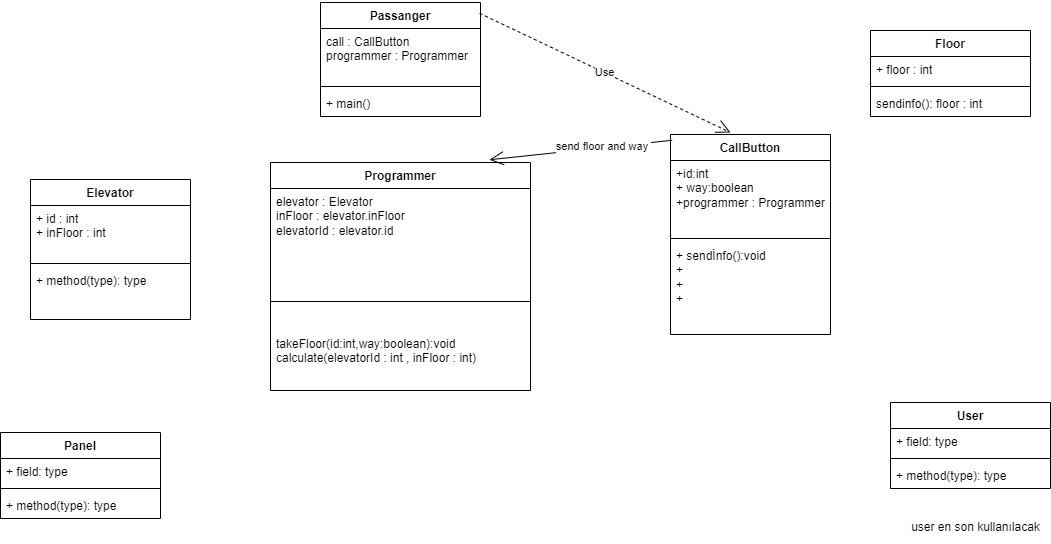
This is elevator similation.drawio.png from orhanozyurtt/UML-FILES, a draw.io export, as it was before one commit. Source tidied: cells renumbered, new cells last; positions are measured from the earlier drawing's top-left corner, leaving out a move shared by most shapes. Source of this version:
```xml
<mxGraphModel>
  <root>
    <mxCell id="0" />
    <mxCell id="1" parent="0" />
    <mxCell id="2" value="Programmer" style="swimlane;fontStyle=1;align=center;verticalAlign=top;horizontal=1;startSize=26;whiteSpace=wrap;html=1;" parent="1" vertex="1">
      <mxGeometry x="270" y="160" width="260" height="228" as="geometry" />
    </mxCell>
    <mxCell id="3" value="elevator : Elevator&lt;br&gt;inFloor : elevator.inFloor&lt;br&gt;elevatorId : elevator.id&lt;br&gt;" style="text;strokeColor=none;fillColor=none;align=left;verticalAlign=top;spacingLeft=4;spacingRight=4;overflow=hidden;whiteSpace=wrap;html=1;" parent="2" vertex="1">
      <mxGeometry y="26" width="260" height="84" as="geometry" />
    </mxCell>
    <mxCell id="4" style="line;strokeWidth=1;fillColor=none;align=left;verticalAlign=middle;spacingTop=-1;spacingLeft=3;spacingRight=3;labelPosition=right;strokeColor=inherit;" parent="2" vertex="1">
      <mxGeometry y="110" width="260" height="58" as="geometry" />
    </mxCell>
    <mxCell id="5" value="takeFloor(id:int,way:boolean):void&lt;br&gt;calculate(elevatorId : int , inFloor : int)" style="text;strokeColor=none;fillColor=none;align=left;verticalAlign=top;spacingLeft=4;spacingRight=4;overflow=hidden;whiteSpace=wrap;html=1;" parent="2" vertex="1">
      <mxGeometry y="168" width="260" height="60" as="geometry" />
    </mxCell>
    <mxCell id="6" value="Panel" style="swimlane;fontStyle=1;align=center;verticalAlign=top;horizontal=1;startSize=26;whiteSpace=wrap;html=1;" parent="1" vertex="1">
      <mxGeometry y="430" width="160" height="86" as="geometry" />
    </mxCell>
    <mxCell id="7" value="+ field: type" style="text;strokeColor=none;fillColor=none;align=left;verticalAlign=top;spacingLeft=4;spacingRight=4;overflow=hidden;whiteSpace=wrap;html=1;" parent="6" vertex="1">
      <mxGeometry y="26" width="160" height="26" as="geometry" />
    </mxCell>
    <mxCell id="8" style="line;strokeWidth=1;fillColor=none;align=left;verticalAlign=middle;spacingTop=-1;spacingLeft=3;spacingRight=3;labelPosition=right;strokeColor=inherit;" parent="6" vertex="1">
      <mxGeometry y="52" width="160" height="8" as="geometry" />
    </mxCell>
    <mxCell id="9" value="+ method(type): type" style="text;strokeColor=none;fillColor=none;align=left;verticalAlign=top;spacingLeft=4;spacingRight=4;overflow=hidden;whiteSpace=wrap;html=1;" parent="6" vertex="1">
      <mxGeometry y="60" width="160" height="26" as="geometry" />
    </mxCell>
    <mxCell id="10" value="Elevator" style="swimlane;fontStyle=1;align=center;verticalAlign=top;horizontal=1;startSize=26;whiteSpace=wrap;html=1;" parent="1" vertex="1">
      <mxGeometry x="30" y="177" width="160" height="140" as="geometry" />
    </mxCell>
    <mxCell id="11" value="+ id : int&amp;nbsp;&lt;br&gt;+ inFloor : int" style="text;strokeColor=none;fillColor=none;align=left;verticalAlign=top;spacingLeft=4;spacingRight=4;overflow=hidden;whiteSpace=wrap;html=1;" parent="10" vertex="1">
      <mxGeometry y="26" width="160" height="54" as="geometry" />
    </mxCell>
    <mxCell id="12" style="line;strokeWidth=1;fillColor=none;align=left;verticalAlign=middle;spacingTop=-1;spacingLeft=3;spacingRight=3;labelPosition=right;strokeColor=inherit;" parent="10" vertex="1">
      <mxGeometry y="80" width="160" height="8" as="geometry" />
    </mxCell>
    <mxCell id="13" value="+ method(type): type" style="text;strokeColor=none;fillColor=none;align=left;verticalAlign=top;spacingLeft=4;spacingRight=4;overflow=hidden;whiteSpace=wrap;html=1;" parent="10" vertex="1">
      <mxGeometry y="88" width="160" height="52" as="geometry" />
    </mxCell>
    <mxCell id="14" value="Passanger" style="swimlane;fontStyle=1;align=center;verticalAlign=top;horizontal=1;startSize=26;whiteSpace=wrap;html=1;" parent="1" vertex="1">
      <mxGeometry x="320" width="160" height="114" as="geometry" />
    </mxCell>
    <mxCell id="15" value="call : CallButton&lt;br&gt;programmer : Programmer" style="text;strokeColor=none;fillColor=none;align=left;verticalAlign=top;spacingLeft=4;spacingRight=4;overflow=hidden;whiteSpace=wrap;html=1;" parent="14" vertex="1">
      <mxGeometry y="26" width="160" height="54" as="geometry" />
    </mxCell>
    <mxCell id="16" style="line;strokeWidth=1;fillColor=none;align=left;verticalAlign=middle;spacingTop=-1;spacingLeft=3;spacingRight=3;labelPosition=right;strokeColor=inherit;" parent="14" vertex="1">
      <mxGeometry y="80" width="160" height="8" as="geometry" />
    </mxCell>
    <mxCell id="17" value="+ main()" style="text;strokeColor=none;fillColor=none;align=left;verticalAlign=top;spacingLeft=4;spacingRight=4;overflow=hidden;whiteSpace=wrap;html=1;" parent="14" vertex="1">
      <mxGeometry y="88" width="160" height="26" as="geometry" />
    </mxCell>
    <mxCell id="18" value="User" style="swimlane;fontStyle=1;align=center;verticalAlign=top;horizontal=1;startSize=26;whiteSpace=wrap;html=1;" parent="1" vertex="1">
      <mxGeometry x="890" y="400" width="160" height="86" as="geometry" />
    </mxCell>
    <mxCell id="19" value="+ field: type" style="text;strokeColor=none;fillColor=none;align=left;verticalAlign=top;spacingLeft=4;spacingRight=4;overflow=hidden;whiteSpace=wrap;html=1;" parent="18" vertex="1">
      <mxGeometry y="26" width="160" height="26" as="geometry" />
    </mxCell>
    <mxCell id="20" style="line;strokeWidth=1;fillColor=none;align=left;verticalAlign=middle;spacingTop=-1;spacingLeft=3;spacingRight=3;labelPosition=right;strokeColor=inherit;" parent="18" vertex="1">
      <mxGeometry y="52" width="160" height="8" as="geometry" />
    </mxCell>
    <mxCell id="21" value="+ method(type): type" style="text;strokeColor=none;fillColor=none;align=left;verticalAlign=top;spacingLeft=4;spacingRight=4;overflow=hidden;whiteSpace=wrap;html=1;" parent="18" vertex="1">
      <mxGeometry y="60" width="160" height="26" as="geometry" />
    </mxCell>
    <mxCell id="22" value="user en son kullanılacak" style="text;html=1;align=center;verticalAlign=middle;strokeColor=none;fillColor=none;" parent="1" vertex="1">
      <mxGeometry x="900" y="510" width="150" height="30" as="geometry" />
    </mxCell>
    <mxCell id="23" value="CallButton" style="swimlane;fontStyle=1;align=center;verticalAlign=top;horizontal=1;startSize=26;whiteSpace=wrap;html=1;" parent="1" vertex="1">
      <mxGeometry x="670" y="132" width="160" height="200" as="geometry" />
    </mxCell>
    <mxCell id="24" value="+id:int&lt;br&gt;+ way:boolean&lt;br&gt;+programmer : Programmer" style="text;strokeColor=none;fillColor=none;align=left;verticalAlign=top;spacingLeft=4;spacingRight=4;overflow=hidden;whiteSpace=wrap;html=1;" parent="23" vertex="1">
      <mxGeometry y="26" width="160" height="74" as="geometry" />
    </mxCell>
    <mxCell id="25" style="line;strokeWidth=1;fillColor=none;align=left;verticalAlign=middle;spacingTop=-1;spacingLeft=3;spacingRight=3;labelPosition=right;strokeColor=inherit;" parent="23" vertex="1">
      <mxGeometry y="100" width="160" height="8" as="geometry" />
    </mxCell>
    <mxCell id="26" value="+ sendİnfo():void&amp;nbsp;&lt;br&gt;+&amp;nbsp;&lt;br&gt;+&lt;br&gt;+" style="text;strokeColor=none;fillColor=none;align=left;verticalAlign=top;spacingLeft=4;spacingRight=4;overflow=hidden;whiteSpace=wrap;html=1;" parent="23" vertex="1">
      <mxGeometry y="108" width="160" height="92" as="geometry" />
    </mxCell>
    <mxCell id="27" style="endArrow=open;endFill=1;endSize=12;html=1;rounded=0;exitX=0.01;exitY=0.029;exitDx=0;exitDy=0;exitPerimeter=0;entryX=0.842;entryY=-0.012;entryDx=0;entryDy=0;entryPerimeter=0;" parent="1" edge="1" source="23" target="2">
      <mxGeometry relative="1" as="geometry" />
    </mxCell>
    <mxCell id="28" value="send floor and way&amp;nbsp;" style="edgeLabel;html=1;align=center;verticalAlign=middle;" parent="27" vertex="1">
      <mxGeometry x="-0.25" y="-1" relative="1" as="geometry" />
    </mxCell>
    <mxCell id="29" value="Use" style="endArrow=open;endSize=12;dashed=1;html=1;rounded=0;exitX=0.995;exitY=0.095;exitDx=0;exitDy=0;exitPerimeter=0;entryX=0.375;entryY=-0.01;entryDx=0;entryDy=0;entryPerimeter=0;" parent="1" edge="1" source="14" target="23">
      <mxGeometry relative="1" as="geometry" />
    </mxCell>
    <mxCell id="30" value="Floor" style="swimlane;fontStyle=1;align=center;verticalAlign=top;horizontal=1;startSize=26;whiteSpace=wrap;html=1;" parent="1" vertex="1">
      <mxGeometry x="870" y="28" width="160" height="86" as="geometry" />
    </mxCell>
    <mxCell id="31" value="+ floor : int" style="text;strokeColor=none;fillColor=none;align=left;verticalAlign=top;spacingLeft=4;spacingRight=4;overflow=hidden;whiteSpace=wrap;html=1;" parent="30" vertex="1">
      <mxGeometry y="26" width="160" height="26" as="geometry" />
    </mxCell>
    <mxCell id="32" style="line;strokeWidth=1;fillColor=none;align=left;verticalAlign=middle;spacingTop=-1;spacingLeft=3;spacingRight=3;labelPosition=right;strokeColor=inherit;" parent="30" vertex="1">
      <mxGeometry y="52" width="160" height="8" as="geometry" />
    </mxCell>
    <mxCell id="33" value="sendinfo(): floor : int&amp;nbsp;" style="text;strokeColor=none;fillColor=none;align=left;verticalAlign=top;spacingLeft=4;spacingRight=4;overflow=hidden;whiteSpace=wrap;html=1;" parent="30" vertex="1">
      <mxGeometry y="60" width="160" height="26" as="geometry" />
    </mxCell>
  </root>
</mxGraphModel>
```
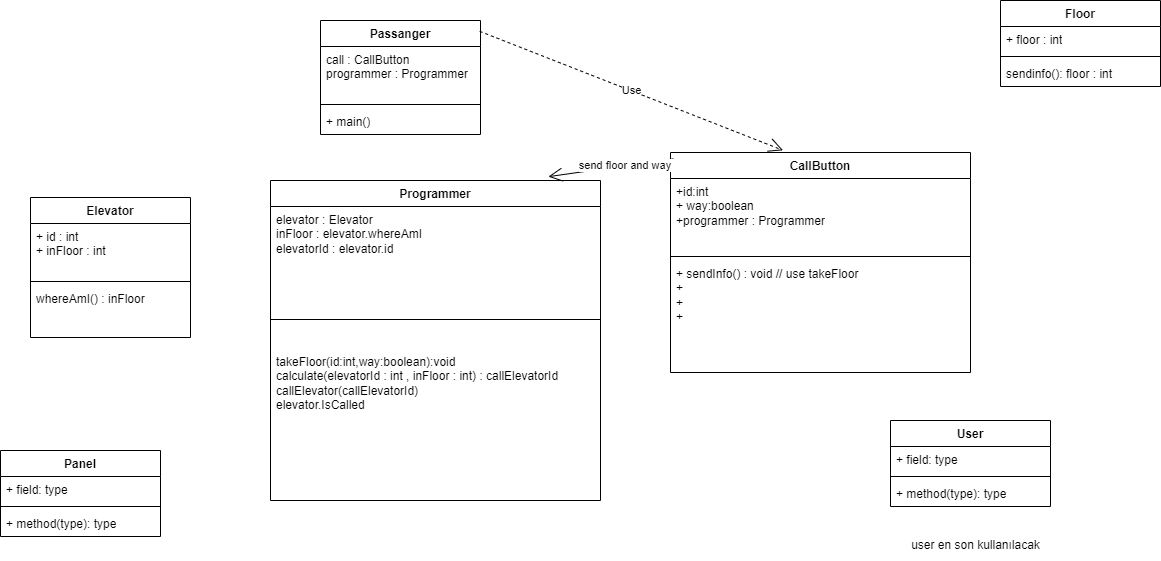
After the commit.

What changed in the source:
```diff
@@ -3,16 +3,16 @@
     <mxCell id="0" />
     <mxCell id="1" parent="0" />
     <mxCell id="2" value="Programmer" style="swimlane;fontStyle=1;align=center;verticalAlign=top;horizontal=1;startSize=26;whiteSpace=wrap;html=1;" parent="1" vertex="1">
-      <mxGeometry x="270" y="160" width="260" height="228" as="geometry" />
+      <mxGeometry x="270" y="160" width="330" height="320" as="geometry" />
     </mxCell>
-    <mxCell id="3" value="elevator : Elevator&lt;br&gt;inFloor : elevator.inFloor&lt;br&gt;elevatorId : elevator.id&lt;br&gt;" style="text;strokeColor=none;fillColor=none;align=left;verticalAlign=top;spacingLeft=4;spacingRight=4;overflow=hidden;whiteSpace=wrap;html=1;" parent="2" vertex="1">
-      <mxGeometry y="26" width="260" height="84" as="geometry" />
+    <mxCell id="3" value="elevator : Elevator&lt;br&gt;inFloor : elevator.whereAmI&lt;br&gt;elevatorId : elevator.id" style="text;strokeColor=none;fillColor=none;align=left;verticalAlign=top;spacingLeft=4;spacingRight=4;overflow=hidden;whiteSpace=wrap;html=1;" parent="2" vertex="1">
+      <mxGeometry y="26" width="330" height="84" as="geometry" />
     </mxCell>
     <mxCell id="4" style="line;strokeWidth=1;fillColor=none;align=left;verticalAlign=middle;spacingTop=-1;spacingLeft=3;spacingRight=3;labelPosition=right;strokeColor=inherit;" parent="2" vertex="1">
-      <mxGeometry y="110" width="260" height="58" as="geometry" />
+      <mxGeometry y="110" width="330" height="58" as="geometry" />
     </mxCell>
-    <mxCell id="5" value="takeFloor(id:int,way:boolean):void&lt;br&gt;calculate(elevatorId : int , inFloor : int)" style="text;strokeColor=none;fillColor=none;align=left;verticalAlign=top;spacingLeft=4;spacingRight=4;overflow=hidden;whiteSpace=wrap;html=1;" parent="2" vertex="1">
-      <mxGeometry y="168" width="260" height="60" as="geometry" />
+    <mxCell id="5" value="takeFloor(id:int,way:boolean):void&lt;br&gt;calculate(elevatorId : int , inFloor : int) : callElevatorId&lt;br&gt;callElevator(callElevatorId)&lt;br&gt;elevator.IsCalled" style="text;strokeColor=none;fillColor=none;align=left;verticalAlign=top;spacingLeft=4;spacingRight=4;overflow=hidden;whiteSpace=wrap;html=1;" parent="2" vertex="1">
+      <mxGeometry y="168" width="330" height="152" as="geometry" />
     </mxCell>
     <mxCell id="6" value="Panel" style="swimlane;fontStyle=1;align=center;verticalAlign=top;horizontal=1;startSize=26;whiteSpace=wrap;html=1;" parent="1" vertex="1">
       <mxGeometry y="430" width="160" height="86" as="geometry" />
@@ -35,7 +35,7 @@
     <mxCell id="12" style="line;strokeWidth=1;fillColor=none;align=left;verticalAlign=middle;spacingTop=-1;spacingLeft=3;spacingRight=3;labelPosition=right;strokeColor=inherit;" parent="10" vertex="1">
       <mxGeometry y="80" width="160" height="8" as="geometry" />
     </mxCell>
-    <mxCell id="13" value="+ method(type): type" style="text;strokeColor=none;fillColor=none;align=left;verticalAlign=top;spacingLeft=4;spacingRight=4;overflow=hidden;whiteSpace=wrap;html=1;" parent="10" vertex="1">
+    <mxCell id="13" value="whereAmI() : inFloor&lt;br&gt;" style="text;strokeColor=none;fillColor=none;align=left;verticalAlign=top;spacingLeft=4;spacingRight=4;overflow=hidden;whiteSpace=wrap;html=1;" parent="10" vertex="1">
       <mxGeometry y="88" width="160" height="52" as="geometry" />
     </mxCell>
     <mxCell id="14" value="Passanger" style="swimlane;fontStyle=1;align=center;verticalAlign=top;horizontal=1;startSize=26;whiteSpace=wrap;html=1;" parent="1" vertex="1">
@@ -66,16 +66,16 @@
       <mxGeometry x="900" y="510" width="150" height="30" as="geometry" />
     </mxCell>
     <mxCell id="23" value="CallButton" style="swimlane;fontStyle=1;align=center;verticalAlign=top;horizontal=1;startSize=26;whiteSpace=wrap;html=1;" parent="1" vertex="1">
-      <mxGeometry x="670" y="132" width="160" height="200" as="geometry" />
+      <mxGeometry x="670" y="132" width="300" height="220" as="geometry" />
     </mxCell>
     <mxCell id="24" value="+id:int&lt;br&gt;+ way:boolean&lt;br&gt;+programmer : Programmer" style="text;strokeColor=none;fillColor=none;align=left;verticalAlign=top;spacingLeft=4;spacingRight=4;overflow=hidden;whiteSpace=wrap;html=1;" parent="23" vertex="1">
-      <mxGeometry y="26" width="160" height="74" as="geometry" />
+      <mxGeometry y="26" width="300" height="74" as="geometry" />
     </mxCell>
     <mxCell id="25" style="line;strokeWidth=1;fillColor=none;align=left;verticalAlign=middle;spacingTop=-1;spacingLeft=3;spacingRight=3;labelPosition=right;strokeColor=inherit;" parent="23" vertex="1">
-      <mxGeometry y="100" width="160" height="8" as="geometry" />
+      <mxGeometry y="100" width="300" height="8" as="geometry" />
     </mxCell>
-    <mxCell id="26" value="+ sendİnfo():void&amp;nbsp;&lt;br&gt;+&amp;nbsp;&lt;br&gt;+&lt;br&gt;+" style="text;strokeColor=none;fillColor=none;align=left;verticalAlign=top;spacingLeft=4;spacingRight=4;overflow=hidden;whiteSpace=wrap;html=1;" parent="23" vertex="1">
-      <mxGeometry y="108" width="160" height="92" as="geometry" />
+    <mxCell id="26" value="+ sendInfo() : void // use takeFloor&amp;nbsp;&lt;br&gt;+&amp;nbsp;&lt;br&gt;+&lt;br&gt;+" style="text;strokeColor=none;fillColor=none;align=left;verticalAlign=top;spacingLeft=4;spacingRight=4;overflow=hidden;whiteSpace=wrap;html=1;" parent="23" vertex="1">
+      <mxGeometry y="108" width="300" height="112" as="geometry" />
     </mxCell>
     <mxCell id="27" style="endArrow=open;endFill=1;endSize=12;html=1;rounded=0;exitX=0.01;exitY=0.029;exitDx=0;exitDy=0;exitPerimeter=0;entryX=0.842;entryY=-0.012;entryDx=0;entryDy=0;entryPerimeter=0;" parent="1" edge="1" source="23" target="2">
       <mxGeometry relative="1" as="geometry" />
@@ -87,7 +87,7 @@
       <mxGeometry relative="1" as="geometry" />
     </mxCell>
     <mxCell id="30" value="Floor" style="swimlane;fontStyle=1;align=center;verticalAlign=top;horizontal=1;startSize=26;whiteSpace=wrap;html=1;" parent="1" vertex="1">
-      <mxGeometry x="870" y="28" width="160" height="86" as="geometry" />
+      <mxGeometry x="1000" y="-20" width="160" height="86" as="geometry" />
     </mxCell>
     <mxCell id="31" value="+ floor : int" style="text;strokeColor=none;fillColor=none;align=left;verticalAlign=top;spacingLeft=4;spacingRight=4;overflow=hidden;whiteSpace=wrap;html=1;" parent="30" vertex="1">
       <mxGeometry y="26" width="160" height="26" as="geometry" />
```
